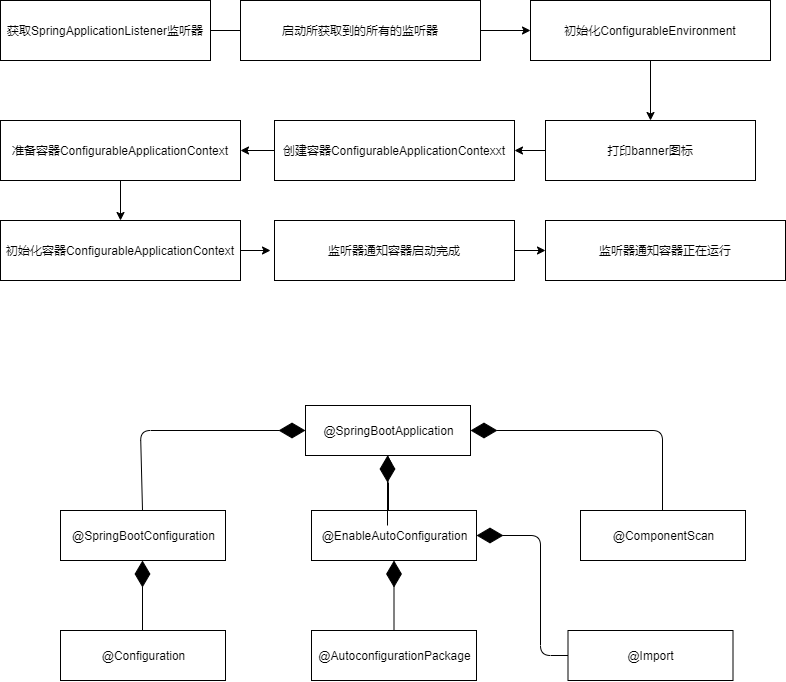
Above: 绘图1.png in kaysanshi/diagrams-drawio (draw.io), before the change. Source tidied: cells renumbered, new cells last; positions are measured from the earlier drawing's top-left corner, leaving out a move shared by most shapes.
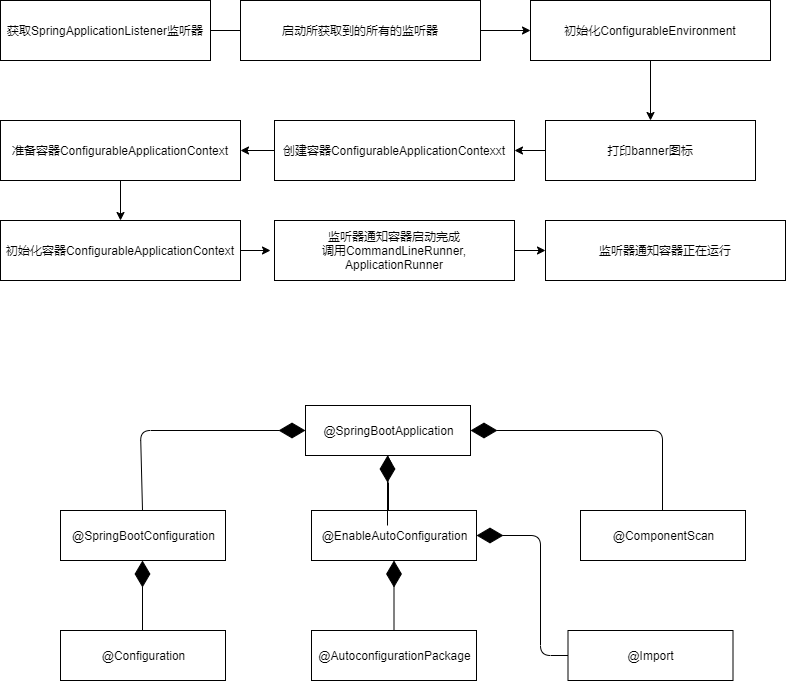
Later version of the same file.

Diff of the diagram source:
```diff
@@ -51,7 +51,7 @@
     <mxCell id="16" style="edgeStyle=orthogonalEdgeStyle;rounded=0;jettySize=auto;html=1;exitX=1;exitY=0.5;exitDx=0;exitDy=0;entryX=0;entryY=0.5;entryDx=0;entryDy=0;" parent="1" edge="1" source="17" target="18">
       <mxGeometry relative="1" as="geometry" />
     </mxCell>
-    <mxCell id="17" value="监听器通知容器启动完成" style="rounded=0;whiteSpace=wrap;html=1;" parent="1" vertex="1">
+    <mxCell id="17" value="监听器通知容器启动完成&lt;br&gt;调用CommandLineRunner,&lt;br&gt;ApplicationRunner" style="rounded=0;whiteSpace=wrap;html=1;" parent="1" vertex="1">
       <mxGeometry x="274" y="220" width="240" height="60" as="geometry" />
     </mxCell>
     <mxCell id="18" value="监听器通知容器正在运行" style="rounded=0;whiteSpace=wrap;html=1;" parent="1" vertex="1">
```
